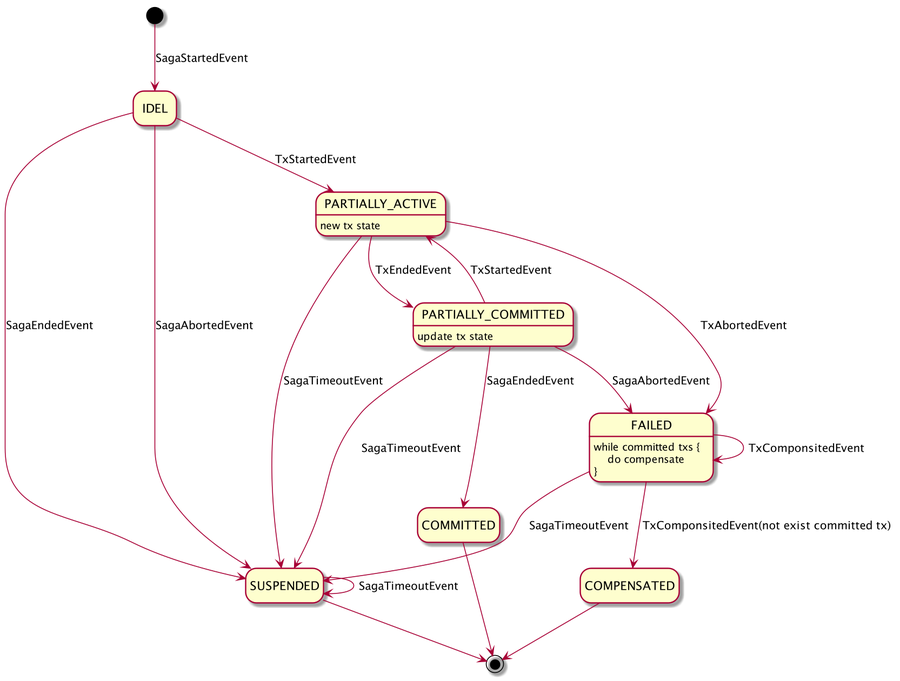
The PlantUML diagram state_machine_demo/saga-akkafsm/assets/saga_state_diagram.png in coolbeevip/playground, before a commit.
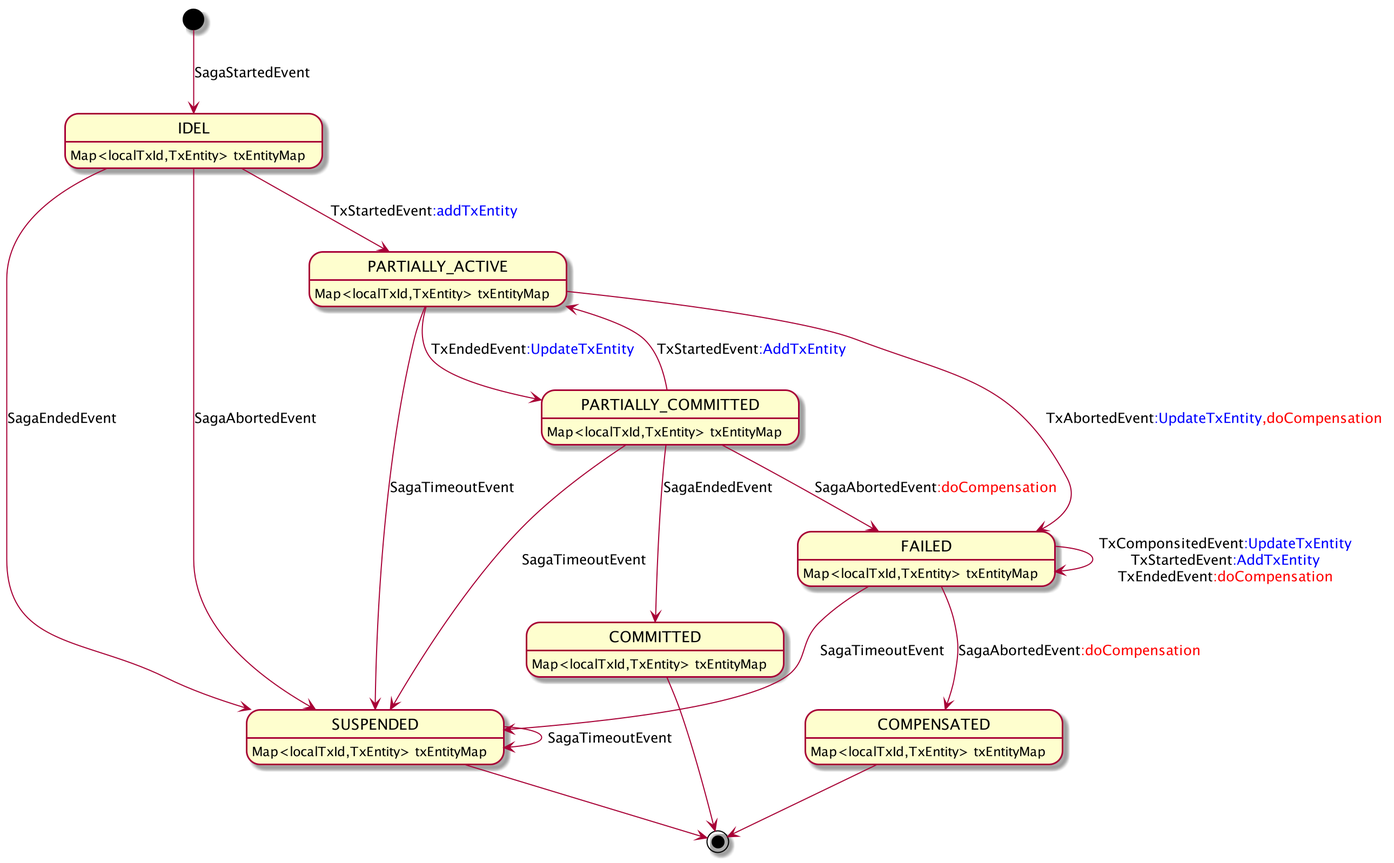
The same diagram one commit later.

Commit message:
增加测试用例

The edit, as a diff of the source:
```diff
@@ -3,7 +3,7 @@
 
 [*] --> IDEL : SagaStartedEvent
 
-IDEL --> PARTIALLY_ACTIVE : TxStartedEvent
+IDEL --> PARTIALLY_ACTIVE : TxStartedEvent<font color=blue>:addTxEntity</font>
 
 IDEL --> SUSPENDED : SagaEndedEvent
 
@@ -11,25 +11,25 @@
 
 PARTIALLY_COMMITTED --> COMMITTED : SagaEndedEvent
 
-PARTIALLY_COMMITTED --> PARTIALLY_ACTIVE : TxStartedEvent
+PARTIALLY_COMMITTED --> PARTIALLY_ACTIVE : TxStartedEvent<font color=blue>:AddTxEntity</font>
 
-PARTIALLY_COMMITTED --> FAILED : SagaAbortedEvent
+PARTIALLY_COMMITTED --> FAILED : SagaAbortedEvent<font color=red>:doCompensation</font>
 
 PARTIALLY_COMMITTED --> SUSPENDED : SagaTimeoutEvent
 
-PARTIALLY_ACTIVE --> PARTIALLY_COMMITTED : TxEndedEvent
+PARTIALLY_ACTIVE --> PARTIALLY_COMMITTED : TxEndedEvent<font color=blue>:UpdateTxEntity</font>
 
-PARTIALLY_ACTIVE --> FAILED : TxAbortedEvent
+PARTIALLY_ACTIVE --> FAILED : TxAbortedEvent<font color=blue>:UpdateTxEntity</font><font color=red>,doCompensation</font>
 
 PARTIALLY_ACTIVE --> SUSPENDED : SagaTimeoutEvent
 
 SUSPENDED --> SUSPENDED : SagaTimeoutEvent
 
-FAILED --> COMPENSATED : TxComponsitedEvent(not exist committed tx)
+FAILED --> COMPENSATED : SagaAbortedEvent<font color=red>:doCompensation</font>
 
 FAILED --> SUSPENDED : SagaTimeoutEvent
 
-FAILED --> FAILED : TxComponsitedEvent
+FAILED --> FAILED : TxComponsitedEvent<font color=blue>:UpdateTxEntity</font>\nTxStartedEvent<font color=blue>:AddTxEntity</font>\nTxEndedEvent<font color=red>:doCompensation</font>
 
 COMPENSATED --> [*]
 
@@ -37,11 +37,12 @@
 
 SUSPENDED --> [*]
 
-PARTIALLY_COMMITTED : update tx state
-
-PARTIALLY_ACTIVE : new tx state
-
-FAILED : while committed txs {\n    do compensate\n}
-
+IDEL: Map<localTxId,TxEntity> txEntityMap
+PARTIALLY_ACTIVE: Map<localTxId,TxEntity> txEntityMap
+PARTIALLY_COMMITTED: Map<localTxId,TxEntity> txEntityMap
+FAILED: Map<localTxId,TxEntity> txEntityMap
+COMMITTED: Map<localTxId,TxEntity> txEntityMap
+COMPENSATED: Map<localTxId,TxEntity> txEntityMap
+SUSPENDED: Map<localTxId,TxEntity> txEntityMap
 
 @enduml
```
